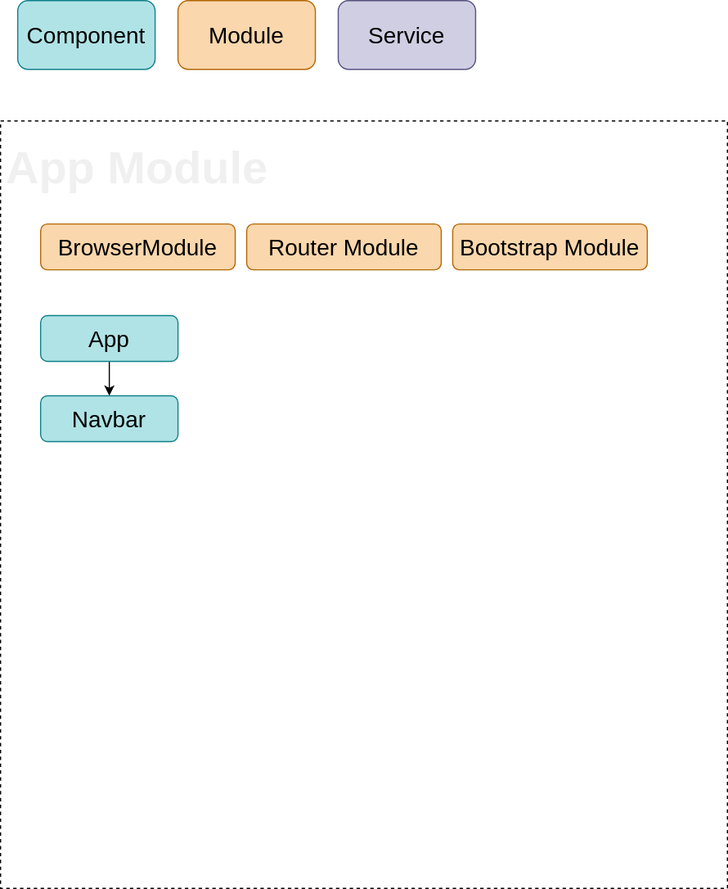
Before: demo-structure.drawio.svg, a diagram exported from draw.io (Jsyfer/angular-demo). Source tidied: cells renumbered, new cells last; positions are measured from the earlier drawing's top-left corner, leaving out a move shared by most shapes.
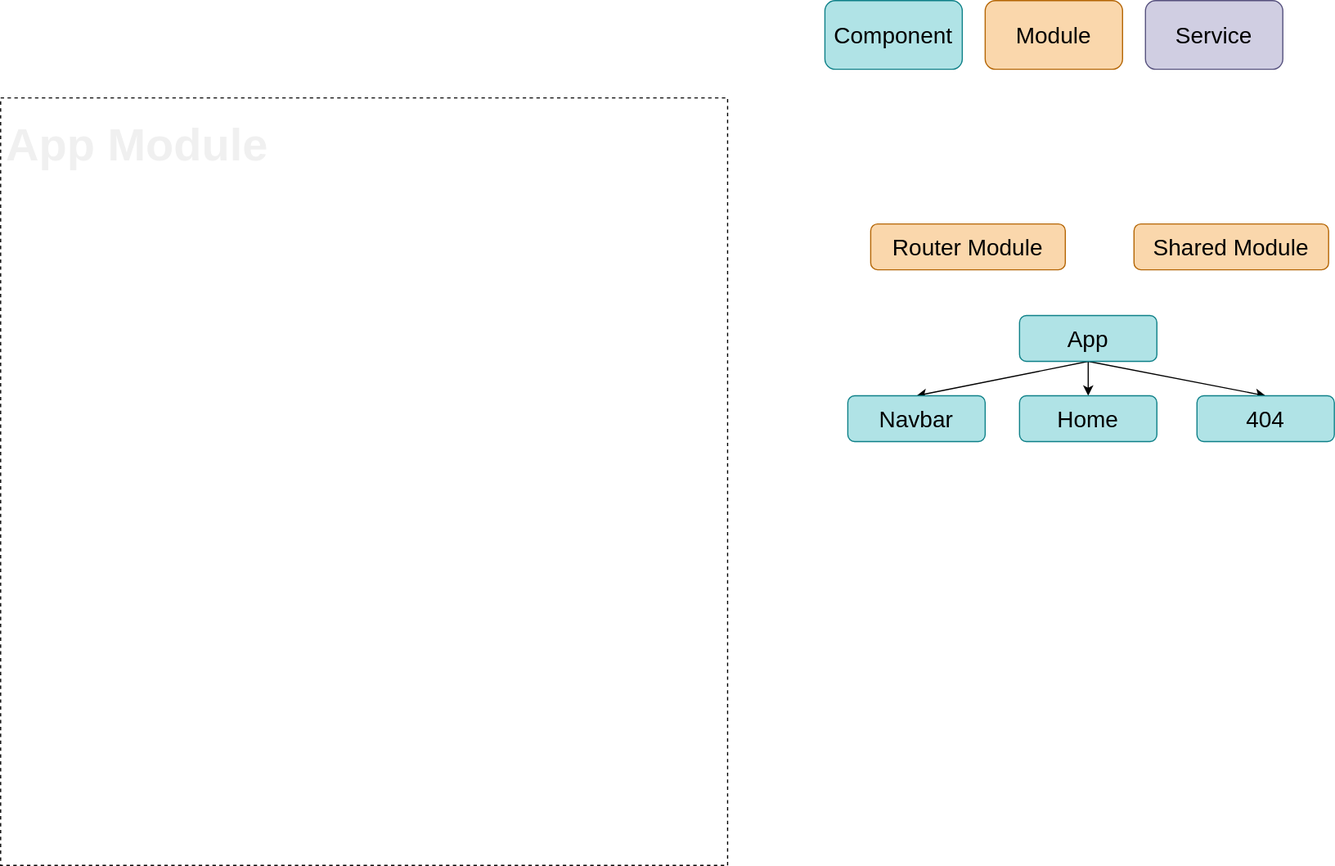
Later version of the same file.

Diff of the diagram source:
```diff
@@ -3,16 +3,19 @@
     <mxCell id="0" />
     <mxCell id="1" parent="0" />
     <mxCell id="2" value="&lt;h1&gt;App Module&lt;/h1&gt;" style="text;html=1;strokeColor=default;fillColor=none;spacing=5;spacingTop=-20;whiteSpace=wrap;overflow=hidden;rounded=0;fontSize=20;fontColor=#F0F0F0;dashed=1;" parent="1" vertex="1">
-      <mxGeometry y="105" width="635" height="670" as="geometry" />
+      <mxGeometry x="-705" y="85" width="635" height="670" as="geometry" />
     </mxCell>
-    <mxCell id="3" value="&lt;font color=&quot;#000000&quot;&gt;&lt;span style=&quot;font-size: 20px&quot;&gt;BrowserModule&lt;/span&gt;&lt;/font&gt;" style="rounded=1;whiteSpace=wrap;html=1;fillColor=#fad7ac;strokeColor=#b46504;" parent="1" vertex="1">
-      <mxGeometry x="35" y="195" width="170" height="40" as="geometry" />
-    </mxCell>
     <mxCell id="4" style="edgeStyle=none;html=1;entryX=0.5;entryY=0;entryDx=0;entryDy=0;fontSize=20;fontColor=#000000;exitX=0.5;exitY=1;exitDx=0;exitDy=0;" parent="1" edge="1" source="5" target="6">
       <mxGeometry relative="1" as="geometry" />
     </mxCell>
+    <mxCell id="12" style="edgeStyle=none;html=1;exitX=0.5;exitY=1;exitDx=0;exitDy=0;entryX=0.5;entryY=0;entryDx=0;entryDy=0;fontSize=20;fontColor=#F0F0F0;" parent="1" edge="1" source="5" target="14">
+      <mxGeometry relative="1" as="geometry" />
+    </mxCell>
+    <mxCell id="13" style="edgeStyle=none;html=1;exitX=0.5;exitY=1;exitDx=0;exitDy=0;fontSize=20;fontColor=#F0F0F0;entryX=0.5;entryY=0;entryDx=0;entryDy=0;" parent="1" edge="1" source="5" target="15">
+      <mxGeometry relative="1" as="geometry" />
+    </mxCell>
     <mxCell id="5" value="&lt;font color=&quot;#000000&quot; style=&quot;font-size: 20px&quot;&gt;App&lt;/font&gt;" style="rounded=1;whiteSpace=wrap;html=1;fillColor=#b0e3e6;strokeColor=#0e8088;" parent="1" vertex="1">
-      <mxGeometry x="35" y="275" width="120" height="40" as="geometry" />
+      <mxGeometry x="185" y="275" width="120" height="40" as="geometry" />
     </mxCell>
     <mxCell id="6" value="&lt;font color=&quot;#000000&quot;&gt;Navbar&lt;/font&gt;" style="rounded=1;whiteSpace=wrap;html=1;fontSize=20;fillColor=#b0e3e6;strokeColor=#0e8088;" parent="1" vertex="1">
       <mxGeometry x="35" y="345" width="120" height="40" as="geometry" />
@@ -27,10 +30,16 @@
       <mxGeometry x="295" width="120" height="60" as="geometry" />
     </mxCell>
     <mxCell id="10" value="&lt;font color=&quot;#000000&quot;&gt;&lt;span style=&quot;font-size: 20px&quot;&gt;Router Module&lt;/span&gt;&lt;/font&gt;" style="rounded=1;whiteSpace=wrap;html=1;fillColor=#fad7ac;strokeColor=#b46504;" parent="1" vertex="1">
-      <mxGeometry x="215" y="195" width="170" height="40" as="geometry" />
+      <mxGeometry x="55" y="195" width="170" height="40" as="geometry" />
     </mxCell>
-    <mxCell id="11" value="&lt;font color=&quot;#000000&quot;&gt;&lt;span style=&quot;font-size: 20px&quot;&gt;Bootstrap Module&lt;/span&gt;&lt;/font&gt;" style="rounded=1;whiteSpace=wrap;html=1;fillColor=#fad7ac;strokeColor=#b46504;" parent="1" vertex="1">
-      <mxGeometry x="395" y="195" width="170" height="40" as="geometry" />
-    </mxCell>
+    <mxCell id="14" value="&lt;font color=&quot;#000000&quot;&gt;Home&lt;/font&gt;" style="rounded=1;whiteSpace=wrap;html=1;fontSize=20;fillColor=#b0e3e6;strokeColor=#0e8088;" parent="1" vertex="1">
+      <mxGeometry x="185" y="345" width="120" height="40" as="geometry" />
+    </mxCell>
+    <mxCell id="15" value="&lt;font color=&quot;#000000&quot;&gt;404&lt;/font&gt;" style="rounded=1;whiteSpace=wrap;html=1;fontSize=20;fillColor=#b0e3e6;strokeColor=#0e8088;" parent="1" vertex="1">
+      <mxGeometry x="340" y="345" width="120" height="40" as="geometry" />
+    </mxCell>
+    <mxCell id="16" value="&lt;font color=&quot;#000000&quot;&gt;&lt;span style=&quot;font-size: 20px&quot;&gt;Shared Module&lt;/span&gt;&lt;/font&gt;" style="rounded=1;whiteSpace=wrap;html=1;fillColor=#fad7ac;strokeColor=#b46504;" parent="1" vertex="1">
+      <mxGeometry x="285" y="195" width="170" height="40" as="geometry" />
+    </mxCell>
   </root>
 </mxGraphModel>
```
